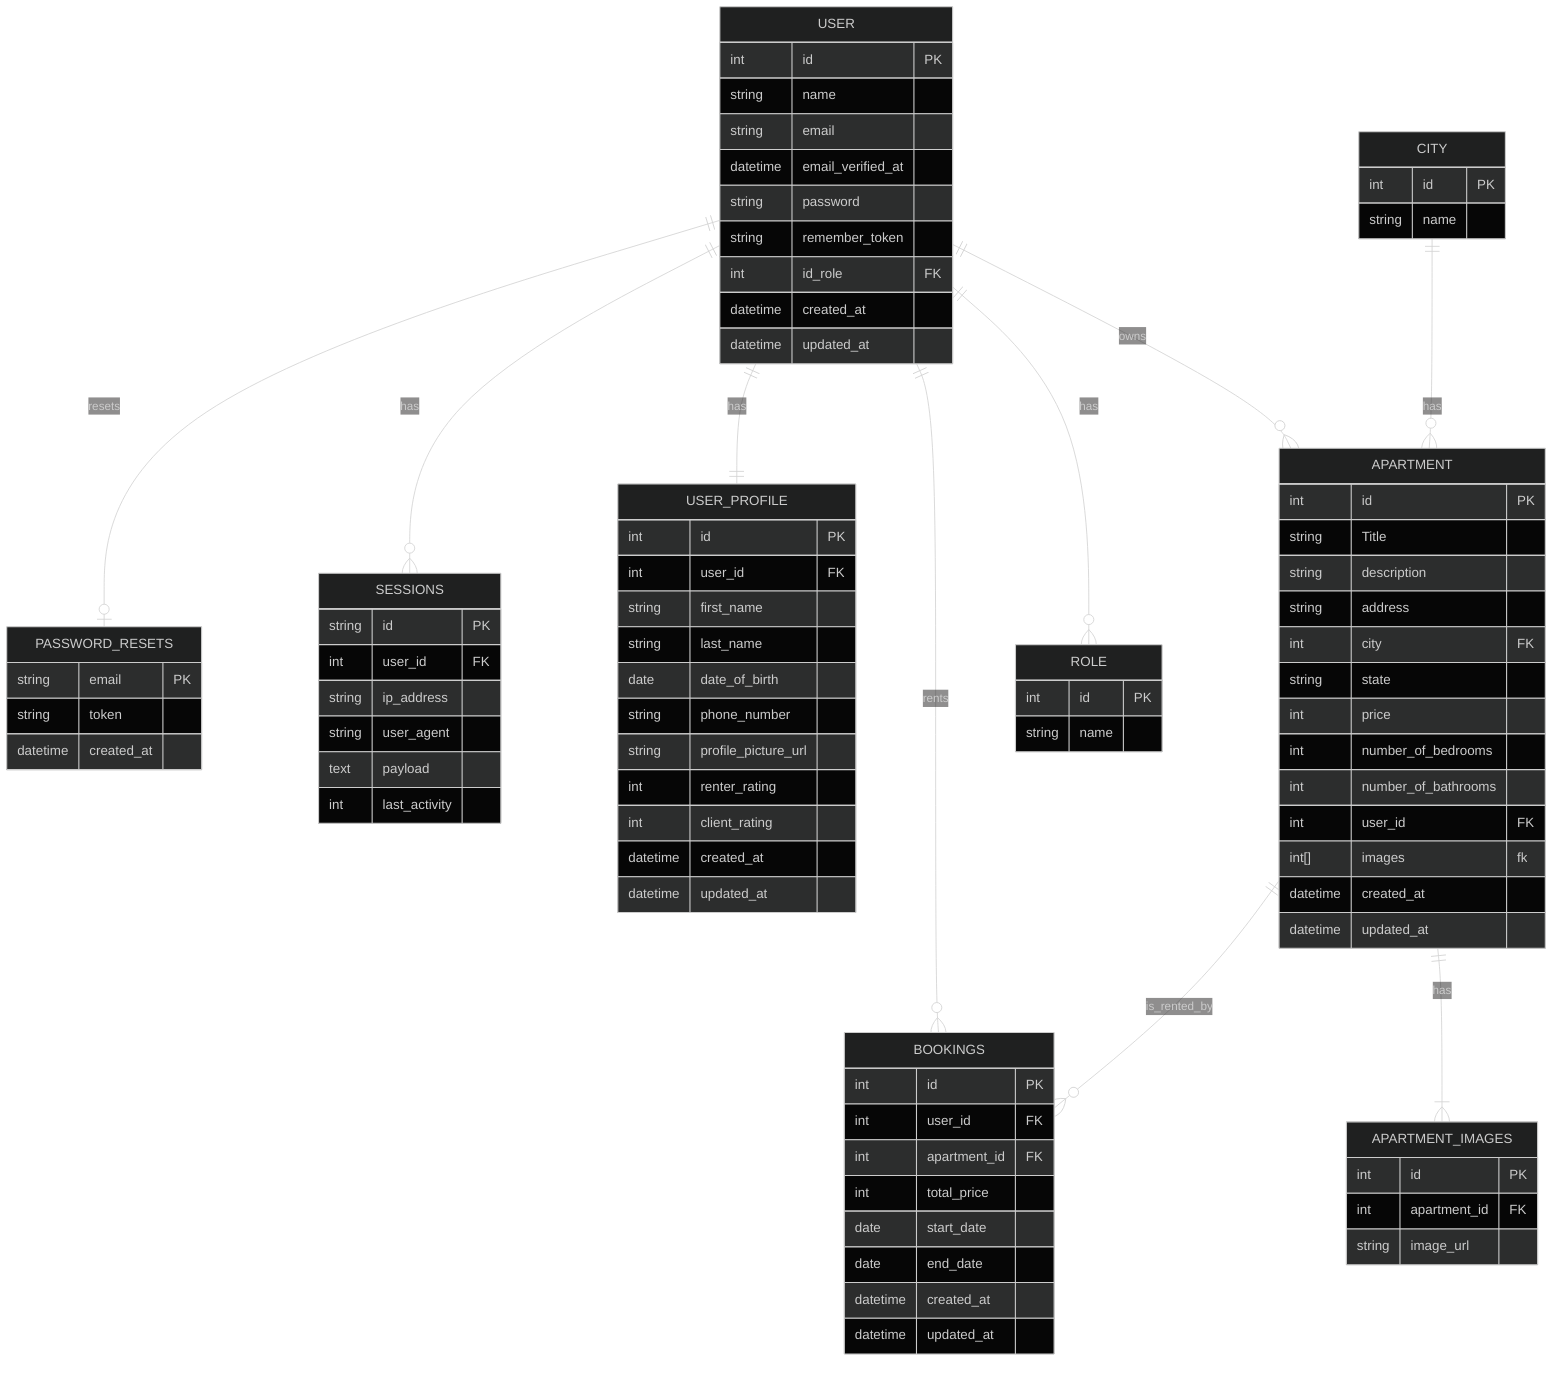
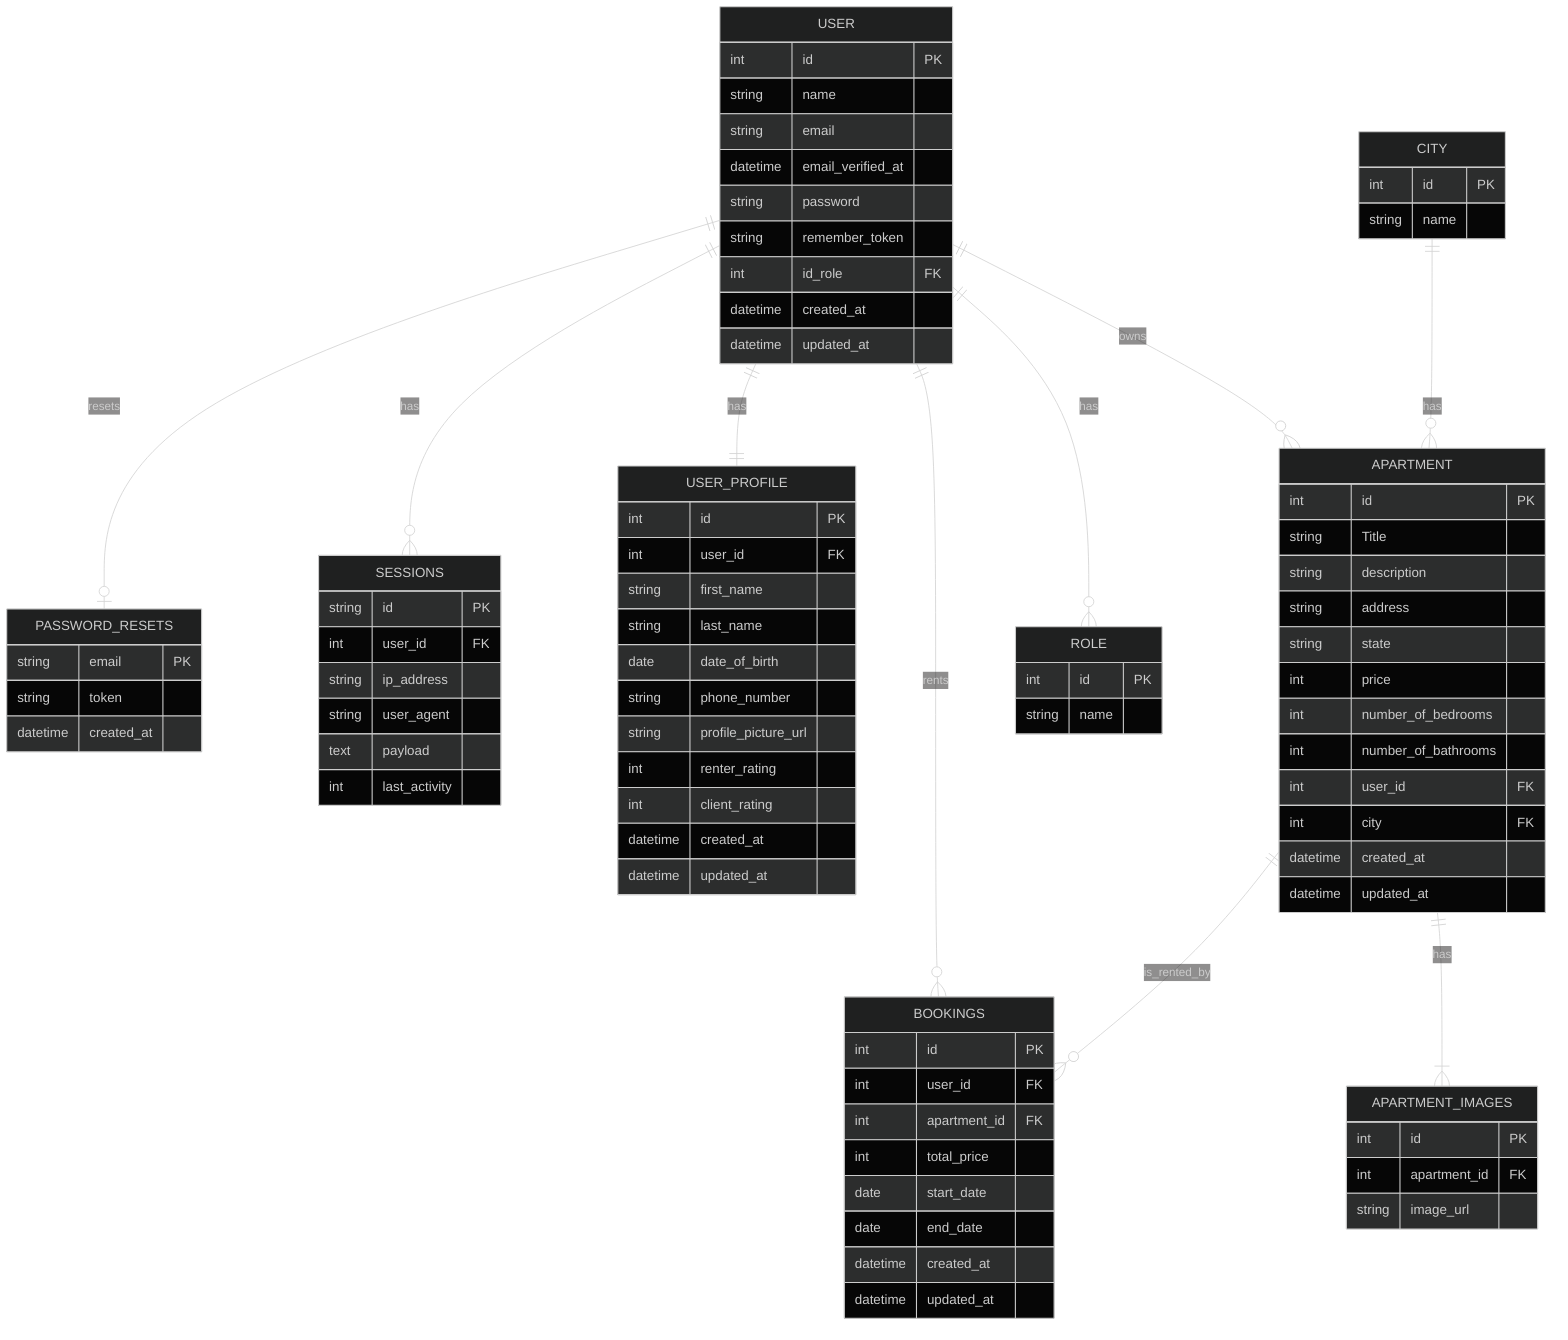
%%{init: {'theme':'dark'}}%%

erDiagram

USER {
    int id PK
    string name
    string email
    datetime email_verified_at
    string password
    string remember_token
    int id_role FK
    datetime created_at
    datetime updated_at
}

PASSWORD_RESETS {
    string email PK
    string token
    datetime created_at
}

SESSIONS {
    string id PK
    int user_id FK
    string ip_address
    string user_agent
    text payload
    int last_activity
}

USER ||--o{ SESSIONS : has
USER ||--o| PASSWORD_RESETS : resets

USER_PROFILE {
    int id PK
    int user_id FK
    string first_name
    string last_name
     date date_of_birth
    string phone_number
    string profile_picture_url
    int renter_rating
    int client_rating
    datetime created_at
    datetime updated_at
}

USER ||--|| USER_PROFILE : has

APARTMENT {
    int id PK
    string Title
    string description
    string address
-     int city FK
    string state
    int price
    int number_of_bedrooms
    int number_of_bathrooms
    int user_id FK
-     int[] images fk
+     int city FK
    datetime created_at
    datetime updated_at
}

USER ||--o{ APARTMENT : owns

BOOKINGS {
    int id PK
    int user_id FK
    int apartment_id FK
    int total_price
    date start_date
    date end_date
    datetime created_at
    datetime updated_at
}

USER ||--o{ BOOKINGS : rents
APARTMENT ||--o{ BOOKINGS : is_rented_by

CITY {
    int id PK
    string name
}

CITY ||--o{ APARTMENT : has

ROLE {
    int id PK
    string name
}
USER ||--o{ ROLE : has

APARTMENT_IMAGES {
    int id PK
    int apartment_id FK
    string image_url
}

APARTMENT ||--|{ APARTMENT_IMAGES : has